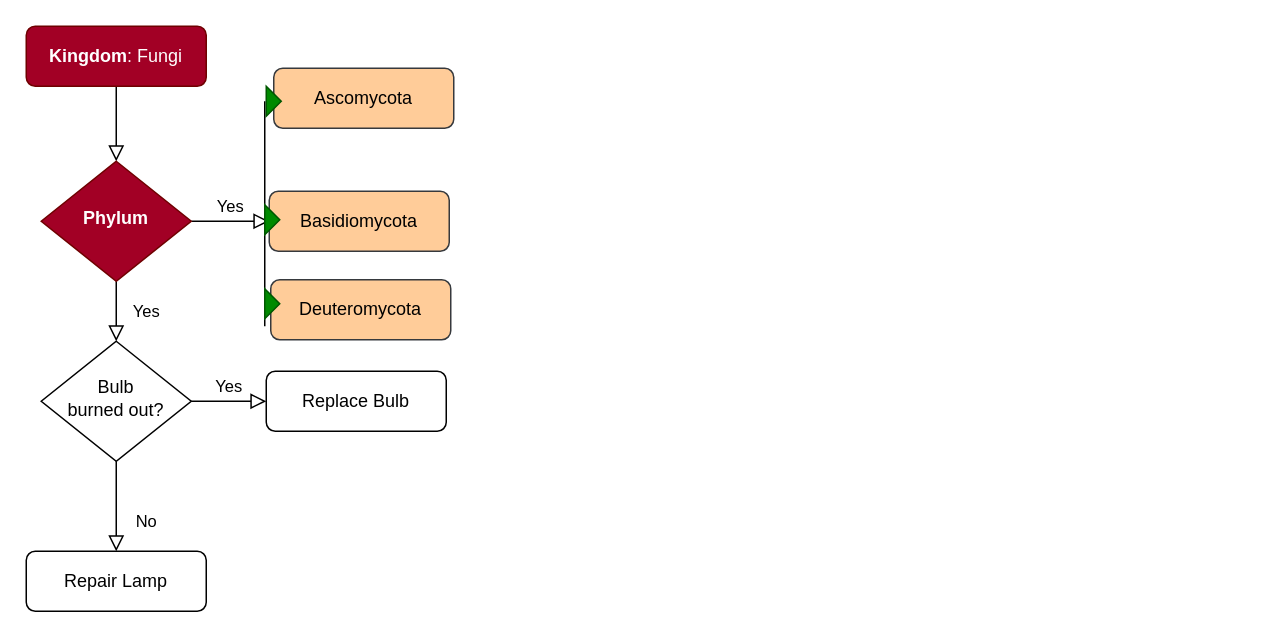
Before: Lichen_classification.drawio in chitrabaniya/climate, a draw.io diagram. Source tidied: cells renumbered, new cells numbered last; positions are measured from the earlier drawing's top-left corner, leaving out a move shared by most shapes. Both pictures are drawn from the tidied source at 150%, with x=0, y=0 at pixel (26, 26).
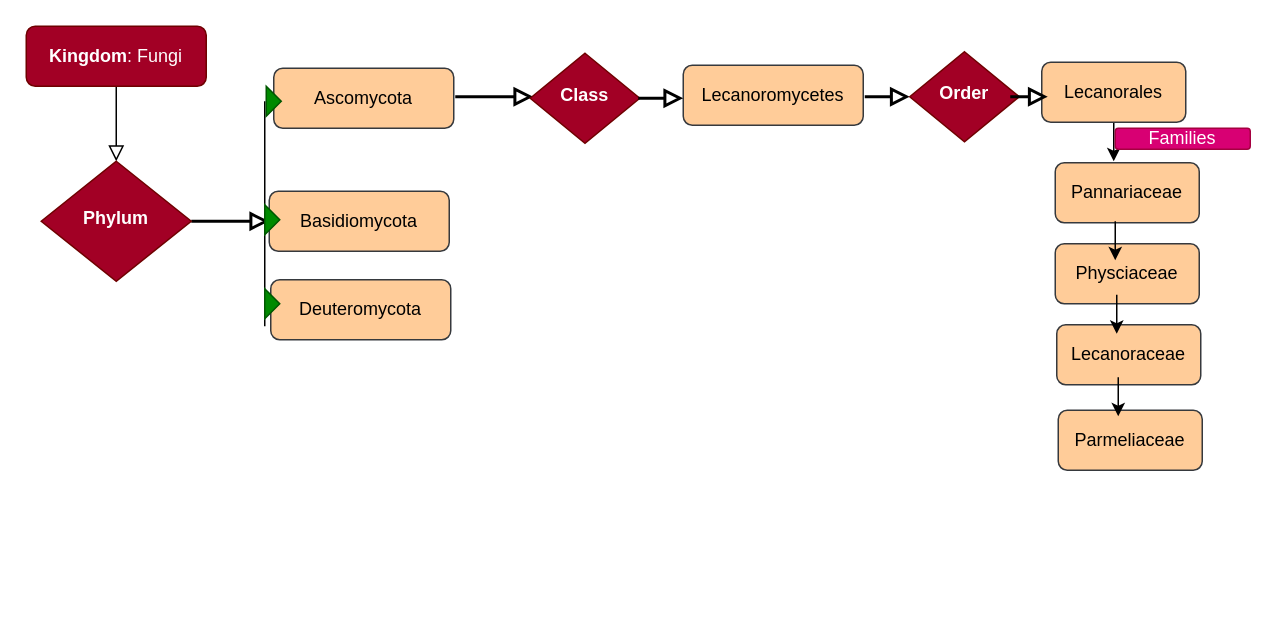
The same diagram, later.

The change refers to these unchanged cells:
```xml
<mxCell id="6" value="&lt;strong&gt;Phylum&lt;/strong&gt;" style="rhombus;whiteSpace=wrap;html=1;shadow=0;fontFamily=Helvetica;fontSize=12;align=center;strokeWidth=1;spacing=6;spacingTop=-4;fillColor=#a20025;fontColor=#ffffff;strokeColor=#6F0000;" parent="1" vertex="1">
  <mxGeometry x="10" y="90" width="100" height="80" as="geometry" />
</mxCell>
<mxCell id="7" value="Basidiomycota" style="rounded=1;whiteSpace=wrap;html=1;fontSize=12;glass=0;strokeWidth=1;shadow=0;fillColor=#ffcc99;strokeColor=#36393d;" parent="1" vertex="1">
  <mxGeometry x="162" y="110" width="120" height="40" as="geometry" />
</mxCell>
```

The edit, as a diff of the source:
```diff
@@
-    <mxCell id="4" value="Yes" style="rounded=0;html=1;jettySize=auto;fontSize=11;endArrow=block;endFill=0;endSize=8;strokeWidth=1;shadow=0;labelBackgroundColor=none;edgeStyle=orthogonalEdgeStyle;" parent="1" edge="1" source="6" target="10">
-      <mxGeometry y="20" relative="1" as="geometry" />
-    </mxCell>
-    <mxCell id="5" value="Yes" style="edgeStyle=orthogonalEdgeStyle;rounded=0;html=1;jettySize=auto;fontSize=11;endArrow=block;endFill=0;endSize=8;strokeWidth=1;shadow=0;labelBackgroundColor=none;" parent="1" edge="1" source="6" target="7">
+    <mxCell id="5" style="edgeStyle=orthogonalEdgeStyle;rounded=0;html=1;jettySize=auto;fontSize=11;endArrow=block;endFill=0;endSize=8;strokeWidth=2;shadow=0;labelBackgroundColor=none;" parent="1" edge="1" source="6" target="7">
       <mxGeometry y="10" relative="1" as="geometry" />
     </mxCell>
@@
-    <mxCell id="8" value="No" style="rounded=0;html=1;jettySize=auto;fontSize=11;endArrow=block;endFill=0;endSize=8;strokeWidth=1;shadow=0;labelBackgroundColor=none;edgeStyle=orthogonalEdgeStyle;" parent="1" edge="1" source="10" target="11">
-      <mxGeometry x="0.33" y="20" relative="1" as="geometry" />
-    </mxCell>
-    <mxCell id="9" value="Yes" style="edgeStyle=orthogonalEdgeStyle;rounded=0;html=1;jettySize=auto;fontSize=11;endArrow=block;endFill=0;endSize=8;strokeWidth=1;shadow=0;labelBackgroundColor=none;" parent="1" edge="1" source="10" target="12">
-      <mxGeometry y="10" relative="1" as="geometry" />
-    </mxCell>
-    <mxCell id="10" value="Bulb&lt;br&gt;burned out?" style="rhombus;whiteSpace=wrap;html=1;shadow=0;fontFamily=Helvetica;fontSize=12;align=center;strokeWidth=1;spacing=6;spacingTop=-4;" parent="1" vertex="1">
-      <mxGeometry x="10" y="210" width="100" height="80" as="geometry" />
-    </mxCell>
-    <mxCell id="11" value="Repair Lamp" style="rounded=1;whiteSpace=wrap;html=1;fontSize=12;glass=0;strokeWidth=1;shadow=0;" parent="1" vertex="1">
-      <mxGeometry y="350" width="120" height="40" as="geometry" />
-    </mxCell>
-    <mxCell id="12" value="Replace Bulb" style="rounded=1;whiteSpace=wrap;html=1;fontSize=12;glass=0;strokeWidth=1;shadow=0;" parent="1" vertex="1">
-      <mxGeometry x="160" y="230" width="120" height="40" as="geometry" />
-    </mxCell>
@@
+    <mxCell id="19" style="edgeStyle=orthogonalEdgeStyle;rounded=0;html=1;jettySize=auto;orthogonalLoop=1;fontSize=11;endArrow=block;endFill=0;endSize=8;strokeWidth=2;shadow=0;labelBackgroundColor=none;" parent="1" edge="1">
+      <mxGeometry y="10" relative="1" as="geometry">
+        <mxPoint x="286" y="47" as="sourcePoint" />
+        <mxPoint x="338" y="47" as="targetPoint" />
+      </mxGeometry>
+    </mxCell>
+    <mxCell id="20" value="&lt;strong&gt;Class&lt;/strong&gt;" style="rhombus;whiteSpace=wrap;html=1;shadow=0;fontFamily=Helvetica;fontSize=12;align=center;strokeWidth=1;spacing=6;spacingTop=-4;fillColor=#a20025;fontColor=#ffffff;strokeColor=#6F0000;" parent="1" vertex="1">
+      <mxGeometry x="336" y="18" width="73" height="60" as="geometry" />
+    </mxCell>
+    <mxCell id="21" value="Lecanoromycetes" style="rounded=1;whiteSpace=wrap;html=1;fontSize=12;glass=0;strokeWidth=1;shadow=0;fillColor=#ffcc99;strokeColor=#36393d;" parent="1" vertex="1">
+      <mxGeometry x="438" y="26" width="120" height="40" as="geometry" />
+    </mxCell>
+    <mxCell id="22" style="edgeStyle=orthogonalEdgeStyle;rounded=0;html=1;jettySize=auto;orthogonalLoop=1;fontSize=11;endArrow=block;endFill=0;endSize=8;strokeWidth=2;shadow=0;labelBackgroundColor=none;" parent="1" edge="1">
+      <mxGeometry y="10" relative="1" as="geometry">
+        <mxPoint x="408" y="48" as="sourcePoint" />
+        <mxPoint x="438" y="48" as="targetPoint" />
+      </mxGeometry>
+    </mxCell>
+    <mxCell id="23" style="edgeStyle=orthogonalEdgeStyle;rounded=0;html=1;jettySize=auto;orthogonalLoop=1;fontSize=11;endArrow=block;endFill=0;endSize=8;strokeWidth=2;shadow=0;labelBackgroundColor=none;" parent="1" edge="1">
+      <mxGeometry y="10" relative="1" as="geometry">
+        <mxPoint x="559" y="47" as="sourcePoint" />
+        <mxPoint x="589" y="47" as="targetPoint" />
+      </mxGeometry>
+    </mxCell>
+    <mxCell id="24" value="&lt;strong&gt;Order&lt;/strong&gt;" style="rhombus;whiteSpace=wrap;html=1;shadow=0;fontFamily=Helvetica;fontSize=12;align=center;strokeWidth=1;spacing=6;spacingTop=-4;fillColor=#a20025;fontColor=#ffffff;strokeColor=#6F0000;" parent="1" vertex="1">
+      <mxGeometry x="589" y="17" width="73" height="60" as="geometry" />
+    </mxCell>
+    <mxCell id="25" style="edgeStyle=orthogonalEdgeStyle;rounded=0;jettySize=auto;html=1;" parent="1" edge="1" source="26">
+      <mxGeometry relative="1" as="geometry">
+        <mxPoint x="725" y="90" as="targetPoint" />
+      </mxGeometry>
+    </mxCell>
+    <mxCell id="26" value="Lecanorales" style="rounded=1;whiteSpace=wrap;html=1;fontSize=12;glass=0;strokeWidth=1;shadow=0;fillColor=#ffcc99;strokeColor=#36393d;" parent="1" vertex="1">
+      <mxGeometry x="677" y="24" width="96" height="40" as="geometry" />
+    </mxCell>
+    <mxCell id="27" style="edgeStyle=orthogonalEdgeStyle;rounded=0;html=1;jettySize=auto;orthogonalLoop=1;fontSize=11;endArrow=block;endFill=0;endSize=8;strokeWidth=2;shadow=0;labelBackgroundColor=none;exitX=0.918;exitY=0.483;exitDx=0;exitDy=0;exitPerimeter=0;" parent="1" edge="1">
+      <mxGeometry y="10" relative="1" as="geometry">
+        <mxPoint x="656" y="47" as="sourcePoint" />
+        <mxPoint x="681" y="47" as="targetPoint" />
+      </mxGeometry>
+    </mxCell>
+    <mxCell id="28" value="Pannariaceae" style="rounded=1;whiteSpace=wrap;html=1;fontSize=12;glass=0;strokeWidth=1;shadow=0;fillColor=#ffcc99;strokeColor=#36393d;" parent="1" vertex="1">
+      <mxGeometry x="686" y="91" width="96" height="40" as="geometry" />
+    </mxCell>
+    <mxCell id="29" value="Physciaceae" style="rounded=1;whiteSpace=wrap;html=1;fontSize=12;glass=0;strokeWidth=1;shadow=0;fillColor=#ffcc99;strokeColor=#36393d;" parent="1" vertex="1">
+      <mxGeometry x="686" y="145" width="96" height="40" as="geometry" />
+    </mxCell>
+    <mxCell id="30" value="Lecanoraceae" style="rounded=1;whiteSpace=wrap;html=1;fontSize=12;glass=0;strokeWidth=1;shadow=0;fillColor=#ffcc99;strokeColor=#36393d;" parent="1" vertex="1">
+      <mxGeometry x="687" y="199" width="96" height="40" as="geometry" />
+    </mxCell>
+    <mxCell id="31" value="Families" style="rounded=1;whiteSpace=wrap;html=1;fontSize=12;glass=0;strokeWidth=1;shadow=0;fillColor=#d80073;fontColor=#ffffff;strokeColor=#A50040;" parent="1" vertex="1">
+      <mxGeometry x="726" y="68" width="90" height="14" as="geometry" />
+    </mxCell>
+    <mxCell id="32" value="Parmeliaceae" style="rounded=1;whiteSpace=wrap;html=1;fontSize=12;glass=0;strokeWidth=1;shadow=0;fillColor=#ffcc99;strokeColor=#36393d;" parent="1" vertex="1">
+      <mxGeometry x="688" y="256" width="96" height="40" as="geometry" />
+    </mxCell>
+    <mxCell id="33" style="edgeStyle=orthogonalEdgeStyle;rounded=0;orthogonalLoop=1;jettySize=auto;html=1;" parent="1" edge="1">
+      <mxGeometry relative="1" as="geometry">
+        <mxPoint x="726" y="130" as="sourcePoint" />
+        <mxPoint x="726" y="156" as="targetPoint" />
+      </mxGeometry>
+    </mxCell>
+    <mxCell id="34" style="edgeStyle=orthogonalEdgeStyle;rounded=0;orthogonalLoop=1;jettySize=auto;html=1;" parent="1" edge="1">
+      <mxGeometry relative="1" as="geometry">
+        <mxPoint x="727" y="179" as="sourcePoint" />
+        <mxPoint x="727" y="205" as="targetPoint" />
+      </mxGeometry>
+    </mxCell>
+    <mxCell id="35" style="edgeStyle=orthogonalEdgeStyle;rounded=0;orthogonalLoop=1;jettySize=auto;html=1;" parent="1" edge="1">
+      <mxGeometry relative="1" as="geometry">
+        <mxPoint x="728" y="234" as="sourcePoint" />
+        <mxPoint x="728" y="260" as="targetPoint" />
+      </mxGeometry>
+    </mxCell>
```
